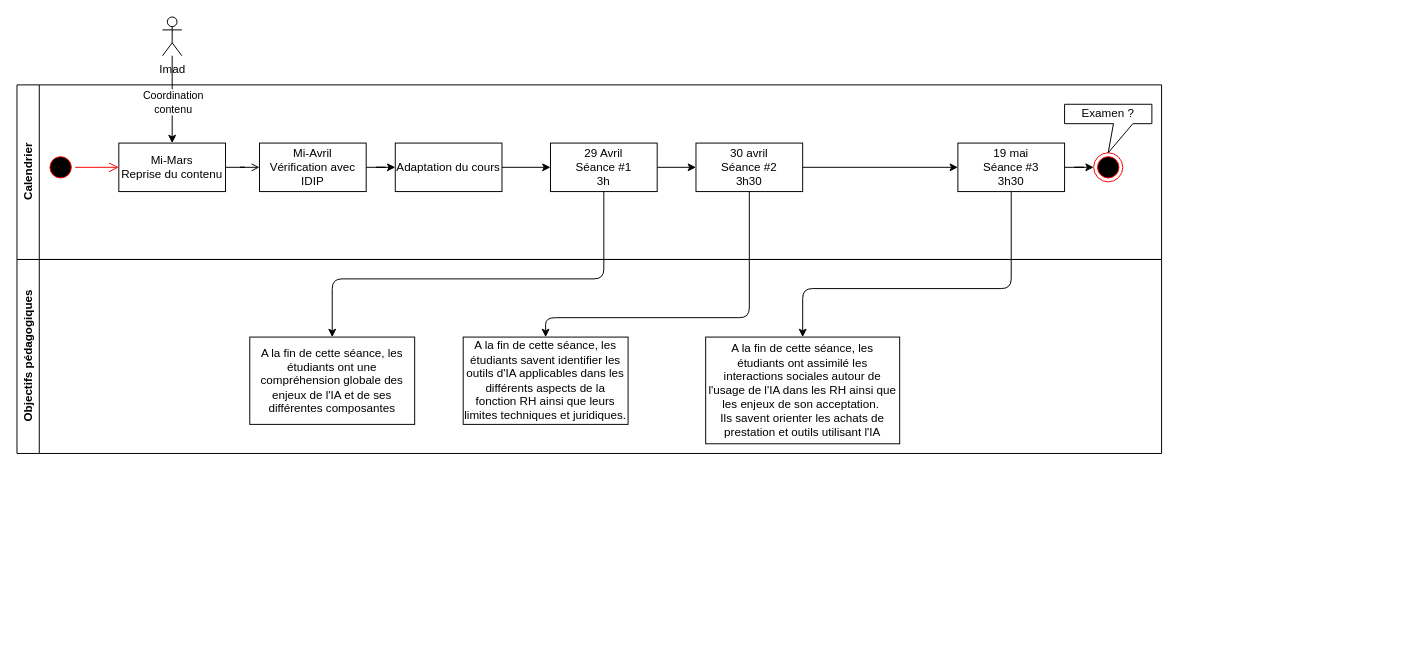
Fabrice-64/Drawings keeps this draw.io diagram as Cours IA et RH.drawio. Above is the earlier version. Source tidied: cells renumbered, new cells numbered last; positions are measured from the earlier drawing's top-left corner, leaving out a move shared by most shapes. Both pictures are drawn from the tidied source at 97%, with x=0, y=0 at pixel (16, 16).
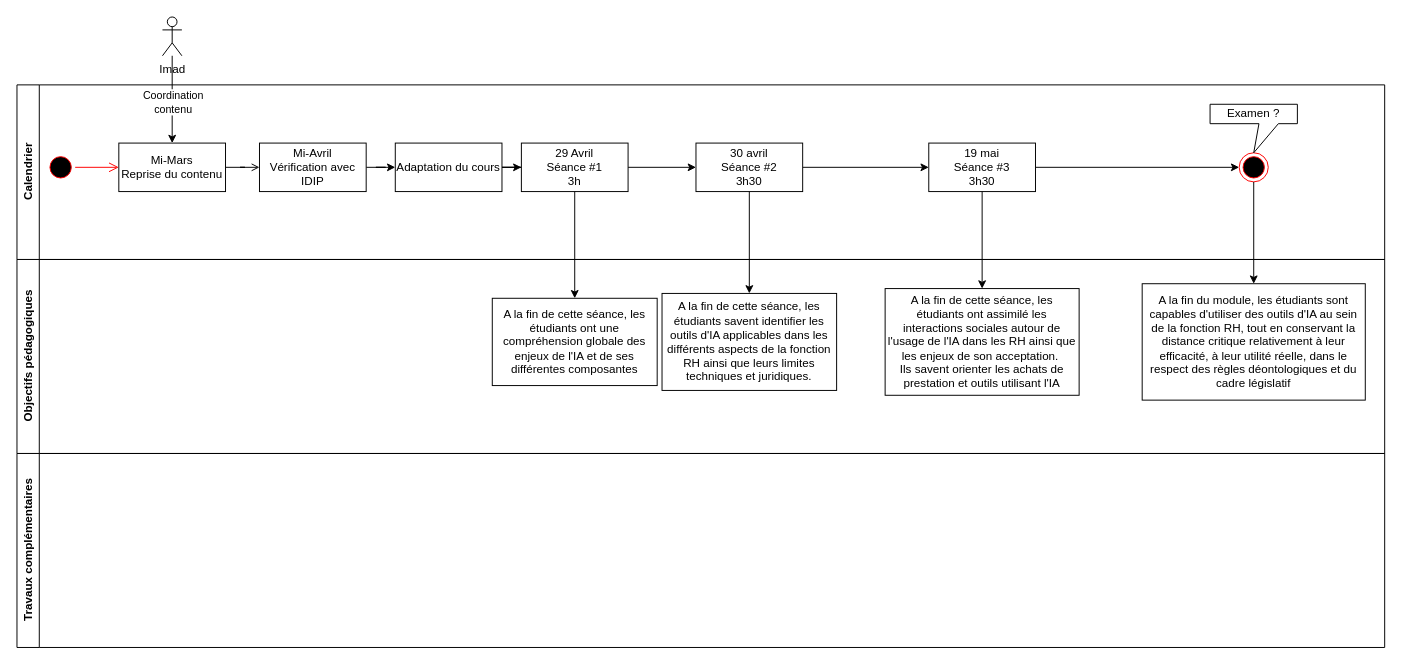
The same page after the edit.

Commit message:
Mettre à jour Cours IA et RH.drawio

Unchanged cells that the change refers to:
```xml
<mxCell id="13" value="30 avril&lt;br&gt;Séance #2&lt;br&gt;3h30" style="html=1;whiteSpace=wrap;" parent="2" vertex="1">
  <mxGeometry x="700" y="60" width="110" height="50" as="geometry" />
</mxCell>
```

Diff of the diagram source:
```diff
@@
     <mxCell id="2" value="Calendrier" style="swimlane;horizontal=0;whiteSpace=wrap;html=1;verticalAlign=middle;" parent="1" vertex="1">
-      <mxGeometry y="70" width="1180" height="180" as="geometry" />
+      <mxGeometry y="70" width="1410" height="180" as="geometry" />
     </mxCell>
@@
     <mxCell id="11" value="29 Avril&lt;br&gt;Séance #1&lt;br&gt;3h" style="html=1;whiteSpace=wrap;" parent="2" vertex="1">
-      <mxGeometry x="550" y="60" width="110" height="50" as="geometry" />
+      <mxGeometry x="520" y="60" width="110" height="50" as="geometry" />
     </mxCell>
@@
     <mxCell id="15" value="19 mai&lt;br&gt;Séance #3&lt;br&gt;3h30" style="html=1;whiteSpace=wrap;" parent="2" vertex="1">
-      <mxGeometry x="970" y="60" width="110" height="50" as="geometry" />
+      <mxGeometry x="940" y="60" width="110" height="50" as="geometry" />
     </mxCell>
     <mxCell id="16" style="ellipse;html=1;shape=endState;fillColor=#000000;strokeColor=#ff0000;" parent="2" vertex="1">
-      <mxGeometry x="1110" y="70" width="30" height="30" as="geometry" />
+      <mxGeometry x="1260" y="70" width="30" height="30" as="geometry" />
     </mxCell>
@@
     <mxCell id="18" value="Examen ?" style="shape=callout;whiteSpace=wrap;html=1;perimeter=calloutPerimeter;size=30;position=0.56;" parent="2" vertex="1">
-      <mxGeometry x="1080" y="20" width="90" height="50" as="geometry" />
+      <mxGeometry x="1230" y="20" width="90" height="50" as="geometry" />
     </mxCell>
@@
     <mxCell id="22" value="Objectifs pédagogiques" style="swimlane;horizontal=0;whiteSpace=wrap;html=1;" parent="1" vertex="1">
-      <mxGeometry y="250" width="1180" height="200" as="geometry" />
+      <mxGeometry y="250" width="1410" height="200" as="geometry" />
     </mxCell>
-    <mxCell id="23" value="A la fin de cette séance, les étudiants ont une compréhension globale des enjeux de l'IA et de ses différentes composantes" style="html=1;whiteSpace=wrap;" parent="22" vertex="1">
-      <mxGeometry x="240" y="80" width="170" height="90" as="geometry" />
+    <mxCell id="23" value="A la fin de cette séance, les étudiants ont une compréhension globale des enjeux de l'IA et de ses différentes composantes" style="html=1;whiteSpace=wrap;movableLabel=0;" parent="22" vertex="1">
+      <mxGeometry x="490" y="40" width="170" height="90" as="geometry" />
     </mxCell>
     <mxCell id="24" value="A la fin de cette séance, les étudiants savent identifier les outils d'IA applicables dans les différents aspects de la fonction RH ainsi que leurs limites techniques et juridiques." style="html=1;whiteSpace=wrap;" parent="22" vertex="1">
-      <mxGeometry x="460" y="80" width="170" height="90" as="geometry" />
+      <mxGeometry x="665" y="35" width="180" height="100" as="geometry" />
     </mxCell>
     <mxCell id="25" value="A la fin de cette séance, les étudiants ont assimilé les interactions sociales autour de l'usage de l'IA dans les RH ainsi que les enjeux de son acceptation.&amp;nbsp;&lt;br&gt;Ils savent orienter les achats de prestation et outils utilisant l'IA" style="html=1;whiteSpace=wrap;" parent="22" vertex="1">
-      <mxGeometry x="710" y="80" width="200" height="110" as="geometry" />
+      <mxGeometry x="895" y="30" width="200" height="110" as="geometry" />
     </mxCell>
+    <mxCell id="29" value="A la fin du module, les étudiants sont capables d'utiliser des outils d'IA au sein de la fonction RH, tout en conservant la distance critique relativement à leur efficacité, à leur utilité réelle, dans le respect des règles déontologiques et du cadre législatif" style="html=1;whiteSpace=wrap;" parent="22" vertex="1">
+      <mxGeometry x="1160" y="25" width="230" height="120" as="geometry" />
+    </mxCell>
+    <mxCell id="30" value="Travaux complémentaires" style="swimlane;horizontal=0;whiteSpace=wrap;html=1;" parent="1" vertex="1">
+      <mxGeometry y="450" width="1410" height="200" as="geometry" />
+    </mxCell>
+    <mxCell id="27" style="edgeStyle=orthogonalEdgeStyle;rounded=0;jettySize=auto;html=1;" parent="1" edge="1" source="13" target="24">
+      <mxGeometry relative="1" as="geometry" />
+    </mxCell>
-    <mxCell id="26" style="edgeStyle=orthogonalEdgeStyle;rounded=1;jettySize=auto;html=1;curved=0;entryX=0.5;entryY=0;entryDx=0;entryDy=0;" parent="1" edge="1" source="11" target="23">
-      <mxGeometry relative="1" as="geometry">
-        <Array as="points">
-          <mxPoint x="605" y="270" />
-          <mxPoint x="325" y="270" />
-        </Array>
-      </mxGeometry>
+    <mxCell id="26" style="edgeStyle=orthogonalEdgeStyle;rounded=0;jettySize=auto;html=1;entryX=0.5;entryY=0;entryDx=0;entryDy=0;" parent="1" edge="1" source="11" target="23">
+      <mxGeometry relative="1" as="geometry" />
     </mxCell>
-    <mxCell id="27" style="edgeStyle=orthogonalEdgeStyle;rounded=1;jettySize=auto;html=1;exitX=0.5;exitY=1;exitDx=0;exitDy=0;curved=0;entryX=0.5;entryY=0;entryDx=0;entryDy=0;" parent="1" edge="1" source="13" target="24">
-      <mxGeometry relative="1" as="geometry">
-        <Array as="points">
-          <mxPoint x="755" y="310" />
-          <mxPoint x="545" y="310" />
-        </Array>
-      </mxGeometry>
-    </mxCell>
-    <mxCell id="28" style="edgeStyle=orthogonalEdgeStyle;rounded=1;jettySize=auto;html=1;curved=0;exitX=0.5;exitY=1;exitDx=0;exitDy=0;entryX=0.5;entryY=0;entryDx=0;entryDy=0;" parent="1" edge="1" source="15" target="25">
-      <mxGeometry relative="1" as="geometry">
-        <Array as="points">
-          <mxPoint x="1025" y="280" />
-          <mxPoint x="810" y="280" />
-        </Array>
-      </mxGeometry>
+    <mxCell id="28" style="edgeStyle=orthogonalEdgeStyle;rounded=0;jettySize=auto;html=1;entryX=0.5;entryY=0;entryDx=0;entryDy=0;" parent="1" edge="1" source="15" target="25">
+      <mxGeometry relative="1" as="geometry" />
     </mxCell>
+    <mxCell id="31" style="edgeStyle=orthogonalEdgeStyle;rounded=0;jettySize=auto;html=1;exitX=0.5;exitY=1;exitDx=0;exitDy=0;entryX=0.5;entryY=0;entryDx=0;entryDy=0;" parent="1" edge="1" source="16" target="29">
+      <mxGeometry relative="1" as="geometry" />
+    </mxCell>
```
